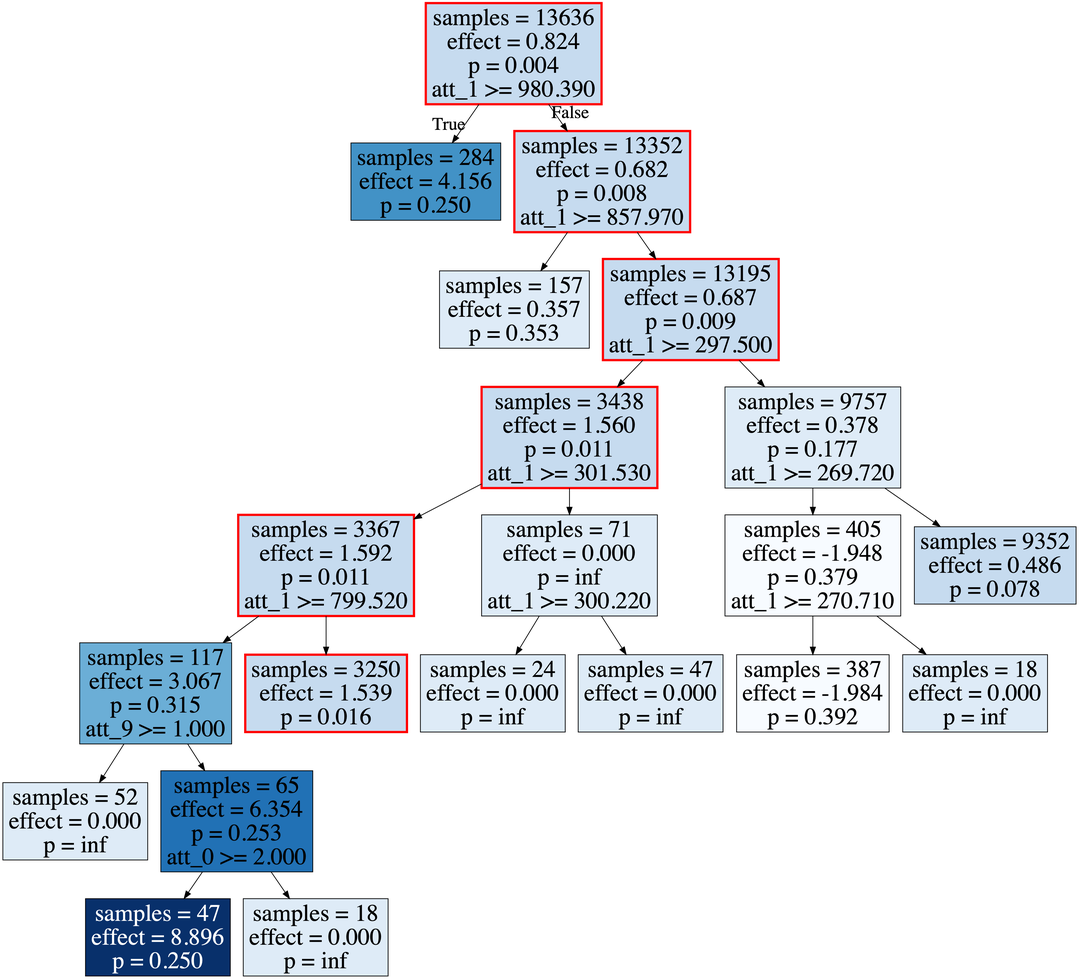
Earlier version of the Graphviz export causal_inference101/ch_03_propensityscore/tree.png (RyoNakagami/causal_inference). Its source is kept beside it as causal_inference101/ch_03_propensityscore/tree.dot. Its diagram source:
```dot
digraph Tree {
node [shape=box, fontsize=32] ;
edge [fontsize=24] ;
0 [label="samples = 13636\neffect = 0.824\np = 0.004\natt_1 >= 980.390\n", style=filled, fillcolor="/blues9/3", color=red, penwidth=3.0] ;
0 -> 1 [labeldistance=2.5, labelangle=45, headlabel="True"] ;
1 [label="samples = 284\neffect = 4.156\np = 0.250", style=filled, fillcolor="/blues9/6"] ;
0 -> 2 [labeldistance=2.5, labelangle=-45, headlabel="False"] ;
2 [label="samples = 13352\neffect = 0.682\np = 0.008\natt_1 >= 857.970\n", style=filled, fillcolor="/blues9/3", color=red, penwidth=3.0] ;
2 -> 3 ;
3 [label="samples = 157\neffect = 0.357\np = 0.353", style=filled, fillcolor="/blues9/2"] ;
2 -> 4 ;
4 [label="samples = 13195\neffect = 0.687\np = 0.009\natt_1 >= 297.500\n", style=filled, fillcolor="/blues9/3", color=red, penwidth=3.0] ;
4 -> 5 ;
5 [label="samples = 3438\neffect = 1.560\np = 0.011\natt_1 >= 301.530\n", style=filled, fillcolor="/blues9/3", color=red, penwidth=3.0] ;
5 -> 6 ;
6 [label="samples = 3367\neffect = 1.592\np = 0.011\natt_1 >= 799.520\n", style=filled, fillcolor="/blues9/3", color=red, penwidth=3.0] ;
6 -> 7 ;
7 [label="samples = 117\neffect = 3.067\np = 0.315\natt_9 >= 1.000\n", style=filled, fillcolor="/blues9/5"] ;
7 -> 8 ;
8 [label="samples = 52\neffect = 0.000\np = inf", style=filled, fillcolor="/blues9/2"] ;
7 -> 9 ;
9 [label="samples = 65\neffect = 6.354\np = 0.253\natt_0 >= 2.000\n", style=filled, fillcolor="/blues9/7"] ;
9 -> 10 ;
10 [label="samples = 47\neffect = 8.896\np = 0.250", style=filled, fillcolor="/blues9/9", fontcolor=white] ;
9 -> 11 ;
11 [label="samples = 18\neffect = 0.000\np = inf", style=filled, fillcolor="/blues9/2"] ;
6 -> 12 ;
12 [label="samples = 3250\neffect = 1.539\np = 0.016", style=filled, fillcolor="/blues9/3", color=red, penwidth=3.0] ;
5 -> 13 ;
13 [label="samples = 71\neffect = 0.000\np = inf\natt_1 >= 300.220\n", style=filled, fillcolor="/blues9/2"] ;
13 -> 14 ;
14 [label="samples = 24\neffect = 0.000\np = inf", style=filled, fillcolor="/blues9/2"] ;
13 -> 15 ;
15 [label="samples = 47\neffect = 0.000\np = inf", style=filled, fillcolor="/blues9/2"] ;
4 -> 16 ;
16 [label="samples = 9757\neffect = 0.378\np = 0.177\natt_1 >= 269.720\n", style=filled, fillcolor="/blues9/2"] ;
16 -> 17 ;
17 [label="samples = 405\neffect = -1.948\np = 0.379\natt_1 >= 270.710\n", style=filled, fillcolor="/blues9/1"] ;
17 -> 18 ;
18 [label="samples = 387\neffect = -1.984\np = 0.392", style=filled, fillcolor="/blues9/1"] ;
17 -> 19 ;
19 [label="samples = 18\neffect = 0.000\np = inf", style=filled, fillcolor="/blues9/2"] ;
16 -> 20 ;
20 [label="samples = 9352\neffect = 0.486\np = 0.078", style=filled, fillcolor="/blues9/3"] ;
}
```
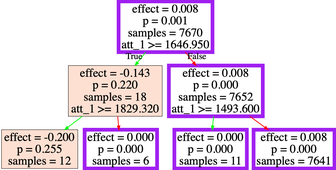
After the commit.

Diff of the diagram source:
```diff
@@ -1,45 +1,17 @@
 digraph Tree {
 node [shape=box, fontsize=32] ;
 edge [fontsize=24] ;
-0 [label="samples = 13636\neffect = 0.824\np = 0.004\natt_1 >= 980.390\n", style=filled, fillcolor="/blues9/3", color=red, penwidth=3.0] ;
-0 -> 1 [labeldistance=2.5, labelangle=45, headlabel="True"] ;
-1 [label="samples = 284\neffect = 4.156\np = 0.250", style=filled, fillcolor="/blues9/6"] ;
-0 -> 2 [labeldistance=2.5, labelangle=-45, headlabel="False"] ;
-2 [label="samples = 13352\neffect = 0.682\np = 0.008\natt_1 >= 857.970\n", style=filled, fillcolor="/blues9/3", color=red, penwidth=3.0] ;
-2 -> 3 ;
-3 [label="samples = 157\neffect = 0.357\np = 0.353", style=filled, fillcolor="/blues9/2"] ;
-2 -> 4 ;
-4 [label="samples = 13195\neffect = 0.687\np = 0.009\natt_1 >= 297.500\n", style=filled, fillcolor="/blues9/3", color=red, penwidth=3.0] ;
-4 -> 5 ;
-5 [label="samples = 3438\neffect = 1.560\np = 0.011\natt_1 >= 301.530\n", style=filled, fillcolor="/blues9/3", color=red, penwidth=3.0] ;
-5 -> 6 ;
-6 [label="samples = 3367\neffect = 1.592\np = 0.011\natt_1 >= 799.520\n", style=filled, fillcolor="/blues9/3", color=red, penwidth=3.0] ;
-6 -> 7 ;
-7 [label="samples = 117\neffect = 3.067\np = 0.315\natt_9 >= 1.000\n", style=filled, fillcolor="/blues9/5"] ;
-7 -> 8 ;
-8 [label="samples = 52\neffect = 0.000\np = inf", style=filled, fillcolor="/blues9/2"] ;
-7 -> 9 ;
-9 [label="samples = 65\neffect = 6.354\np = 0.253\natt_0 >= 2.000\n", style=filled, fillcolor="/blues9/7"] ;
-9 -> 10 ;
-10 [label="samples = 47\neffect = 8.896\np = 0.250", style=filled, fillcolor="/blues9/9", fontcolor=white] ;
-9 -> 11 ;
-11 [label="samples = 18\neffect = 0.000\np = inf", style=filled, fillcolor="/blues9/2"] ;
-6 -> 12 ;
-12 [label="samples = 3250\neffect = 1.539\np = 0.016", style=filled, fillcolor="/blues9/3", color=red, penwidth=3.0] ;
-5 -> 13 ;
-13 [label="samples = 71\neffect = 0.000\np = inf\natt_1 >= 300.220\n", style=filled, fillcolor="/blues9/2"] ;
-13 -> 14 ;
-14 [label="samples = 24\neffect = 0.000\np = inf", style=filled, fillcolor="/blues9/2"] ;
-13 -> 15 ;
-15 [label="samples = 47\neffect = 0.000\np = inf", style=filled, fillcolor="/blues9/2"] ;
-4 -> 16 ;
-16 [label="samples = 9757\neffect = 0.378\np = 0.177\natt_1 >= 269.720\n", style=filled, fillcolor="/blues9/2"] ;
-16 -> 17 ;
-17 [label="samples = 405\neffect = -1.948\np = 0.379\natt_1 >= 270.710\n", style=filled, fillcolor="/blues9/1"] ;
-17 -> 18 ;
-18 [label="samples = 387\neffect = -1.984\np = 0.392", style=filled, fillcolor="/blues9/1"] ;
-17 -> 19 ;
-19 [label="samples = 18\neffect = 0.000\np = inf", style=filled, fillcolor="/blues9/2"] ;
-16 -> 20 ;
-20 [label="samples = 9352\neffect = 0.486\np = 0.078", style=filled, fillcolor="/blues9/3"] ;
+0 [label="effect = 0.008\np = 0.001\nsamples = 7670\natt_1 >= 1646.950\n", style=filled, fillcolor=white, color=purple, penwidth=10.0] ;
+0 -> 1 [labeldistance=2.5, labelangle=45, headlabel="True", color=green, penwidth=2] ;
+1 [label="effect = -0.143\np = 0.220\nsamples = 18\natt_1 >= 1829.320\n", style=filled, fillcolor="/reds9/2"] ;
+1 -> 2[color=green, penwidth=2] ;
+2 [label="effect = -0.200\np = 0.255\nsamples = 12", style=filled, fillcolor="/reds9/2"] ;
+1 -> 3[color=red, penwidth=2] ;
+3 [label="effect = 0.000\np = 0.000\nsamples = 6", style=filled, fillcolor=white, color=purple, penwidth=10.0] ;
+0 -> 4 [labeldistance=2.5, labelangle=-45, headlabel="False", color=red, penwidth=2] ;
+4 [label="effect = 0.008\np = 0.000\nsamples = 7652\natt_1 >= 1493.600\n", style=filled, fillcolor=white, color=purple, penwidth=10.0] ;
+4 -> 5[color=green, penwidth=2] ;
+5 [label="effect = 0.000\np = 0.000\nsamples = 11", style=filled, fillcolor=white, color=purple, penwidth=10.0] ;
+4 -> 6[color=red, penwidth=2] ;
+6 [label="effect = 0.008\np = 0.000\nsamples = 7641", style=filled, fillcolor=white, color=purple, penwidth=10.0] ;
 }
```
